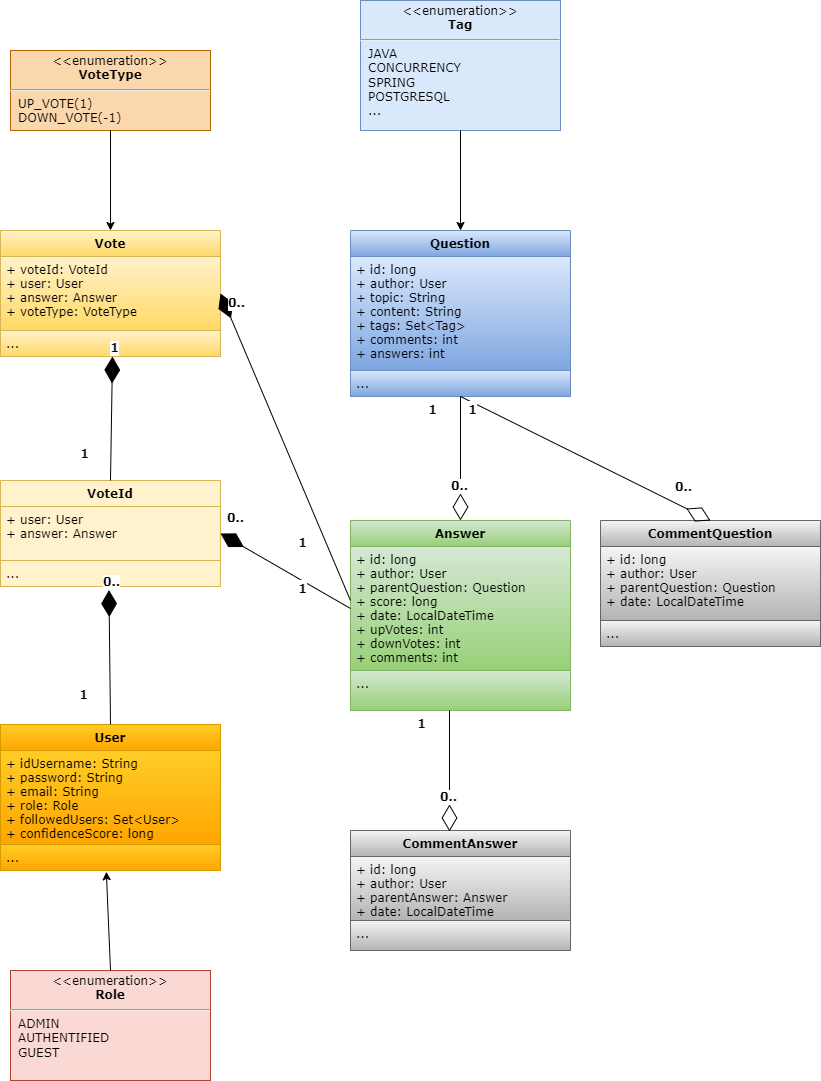
Mouad131105/projet-j2e keeps this draw.io diagram as doc/projet_jee.drawio.png. Above is the earlier version. Source tidied: cells renumbered, new cells last; positions are measured from the earlier drawing's top-left corner, leaving out a move shared by most shapes.
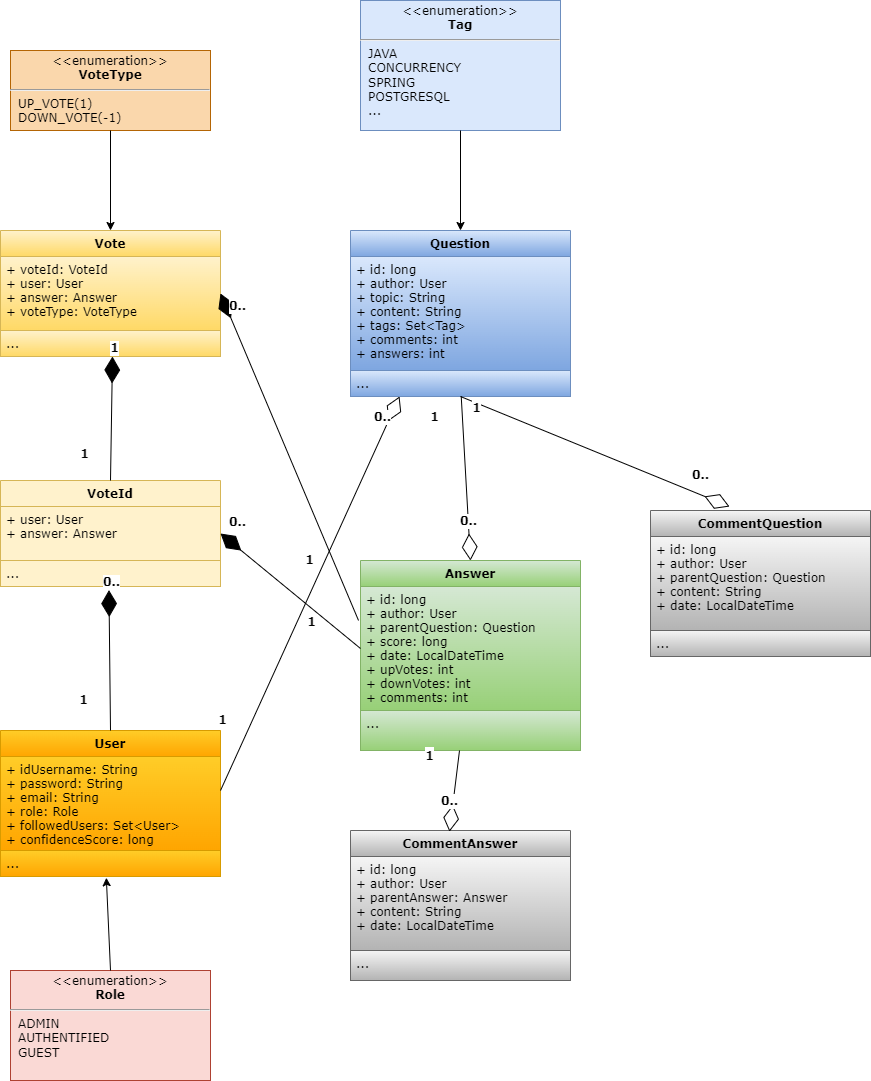
Later version of the same file.

Commit message:
docs(diagramme): modification du diagramme UML

Diff of the diagram source:
```diff
@@ -3,7 +3,7 @@
     <mxCell id="0" />
     <mxCell id="1" parent="0" />
     <mxCell id="2" value="User&#10;" style="swimlane;fontStyle=1;align=center;verticalAlign=top;horizontal=1;startSize=26;fontFamily=Verdana;fillColor=#ffcd28;gradientColor=#ffa500;strokeColor=#d79b00;" parent="1" vertex="1">
-      <mxGeometry y="724" width="220" height="146" as="geometry" />
+      <mxGeometry y="730" width="220" height="146" as="geometry" />
     </mxCell>
     <mxCell id="3" value="+ idUsername: String&#10;+ password: String&#10;+ email: String&#10;+ role: Role&#10;+ followedUsers: Set&lt;User&gt;&#10;+ confidenceScore: long" style="text;strokeColor=#d79b00;fillColor=#ffcd28;align=left;verticalAlign=top;spacingLeft=4;spacingRight=4;overflow=hidden;points=[[0,0.5],[1,0.5]];portConstraint=eastwest;fontFamily=Verdana;gradientColor=#ffa500;" parent="2" vertex="1">
       <mxGeometry y="26" width="220" height="94" as="geometry" />
@@ -30,7 +30,7 @@
       <mxGeometry y="100" width="220" height="26" as="geometry" />
     </mxCell>
     <mxCell id="11" value="Answer" style="swimlane;fontStyle=1;align=center;verticalAlign=top;horizontal=1;startSize=26;fontFamily=Verdana;fillColor=#d5e8d4;gradientColor=#97d077;strokeColor=#82b366;" parent="1" vertex="1">
-      <mxGeometry x="350" y="520" width="220" height="190" as="geometry" />
+      <mxGeometry x="360" y="560" width="220" height="190" as="geometry" />
     </mxCell>
     <mxCell id="12" value="+ id: long&#10;+ author: User&#10;+ parentQuestion: Question&#10;+ score: long&#10;+ date: LocalDateTime&#10;+ upVotes: int&#10;+ downVotes: int&#10;+ comments: int&#10;&#10;" style="text;strokeColor=#82b366;fillColor=#d5e8d4;align=left;verticalAlign=top;spacingLeft=4;spacingRight=4;overflow=hidden;points=[[0,0.5],[1,0.5]];portConstraint=eastwest;fontFamily=Verdana;gradientColor=#97d077;" parent="11" vertex="1">
       <mxGeometry y="26" width="220" height="124" as="geometry" />
@@ -86,13 +86,13 @@
       <mxGeometry relative="1" as="geometry" />
     </mxCell>
     <mxCell id="27" value="CommentQuestion" style="swimlane;fontStyle=1;align=center;verticalAlign=top;horizontal=1;startSize=26;fontFamily=Verdana;fillColor=#f5f5f5;strokeColor=#666666;gradientColor=#b3b3b3;" parent="1" vertex="1">
-      <mxGeometry x="600" y="520" width="220" height="126" as="geometry" />
+      <mxGeometry x="650" y="510" width="220" height="146" as="geometry" />
     </mxCell>
-    <mxCell id="28" value="+ id: long&#10;+ author: User&#10;+ parentQuestion: Question&#10;+ date: LocalDateTime" style="text;strokeColor=#666666;fillColor=#f5f5f5;align=left;verticalAlign=top;spacingLeft=4;spacingRight=4;overflow=hidden;fontFamily=Verdana;gradientColor=#b3b3b3;" parent="27" vertex="1">
-      <mxGeometry y="26" width="220" height="74" as="geometry" />
+    <mxCell id="28" value="+ id: long&#10;+ author: User&#10;+ parentQuestion: Question&#10;+ content: String&#10;+ date: LocalDateTime" style="text;strokeColor=#666666;fillColor=#f5f5f5;align=left;verticalAlign=top;spacingLeft=4;spacingRight=4;overflow=hidden;fontFamily=Verdana;gradientColor=#b3b3b3;" parent="27" vertex="1">
+      <mxGeometry y="26" width="220" height="94" as="geometry" />
     </mxCell>
     <mxCell id="29" value="..." style="text;strokeColor=#666666;fillColor=#f5f5f5;align=left;verticalAlign=top;spacingLeft=4;spacingRight=4;overflow=hidden;fontFamily=Verdana;gradientColor=#b3b3b3;" parent="27" vertex="1">
-      <mxGeometry y="100" width="220" height="26" as="geometry" />
+      <mxGeometry y="120" width="220" height="26" as="geometry" />
     </mxCell>
     <mxCell id="30" value="&lt;p style=&quot;margin:0px;margin-top:4px;text-align:center;&quot;&gt;&amp;lt;&amp;lt;enumeration&amp;gt;&amp;gt;&lt;br&gt;&lt;b&gt;Role&lt;/b&gt;&lt;/p&gt;&lt;hr&gt;&lt;p style=&quot;margin:0px;margin-left:8px;text-align:left;&quot;&gt;ADMIN&lt;/p&gt;&lt;p style=&quot;margin:0px;margin-left:8px;text-align:left;&quot;&gt;AUTHENTIFIED&lt;/p&gt;&lt;p style=&quot;margin:0px;margin-left:8px;text-align:left;&quot;&gt;GUEST&lt;/p&gt;&lt;p style=&quot;margin:0px;margin-left:8px;text-align:left;&quot;&gt;&lt;br&gt;&lt;/p&gt;" style="shape=rect;html=1;overflow=fill;whiteSpace=wrap;fillColor=#fad9d5;strokeColor=#ae4132;fontFamily=Verdana;" parent="1" vertex="1">
       <mxGeometry x="10" y="970" width="200" height="110" as="geometry" />
@@ -100,10 +100,8 @@
     <mxCell id="31" style="endArrow=classic;html=1;rounded=0;exitX=0.5;exitY=0;exitDx=0;exitDy=0;entryX=0.481;entryY=1.048;entryDx=0;entryDy=0;entryPerimeter=0;fontFamily=Verdana;" parent="1" edge="1" source="30" target="4">
       <mxGeometry relative="1" as="geometry" />
     </mxCell>
-    <mxCell id="32" style="endArrow=diamondThin;endFill=0;endSize=24;html=1;rounded=0;fontFamily=Verdana;fillColor=none;exitX=0.5;exitY=1;exitDx=0;exitDy=0;" parent="1" edge="1" source="5">
-      <mxGeometry relative="1" as="geometry">
-        <mxPoint x="710" y="520" as="targetPoint" />
-      </mxGeometry>
+    <mxCell id="32" style="endArrow=diamondThin;endFill=0;endSize=24;html=1;rounded=0;fontFamily=Verdana;fillColor=none;exitX=0.5;exitY=1;exitDx=0;exitDy=0;entryX=0.359;entryY=-0.027;entryDx=0;entryDy=0;entryPerimeter=0;" parent="1" edge="1" source="5" target="27">
+      <mxGeometry relative="1" as="geometry" />
     </mxCell>
     <mxCell id="33" value="&lt;font style=&quot;font-size: 12px;&quot;&gt;&lt;b style=&quot;&quot;&gt;0..&lt;/b&gt;&lt;/font&gt;" style="edgeLabel;html=1;align=center;verticalAlign=middle;fontFamily=Verdana;" parent="32" vertex="1">
       <mxGeometry x="0.79" y="-2" relative="1" as="geometry">
@@ -129,13 +127,13 @@
       </mxGeometry>
     </mxCell>
     <mxCell id="38" value="CommentAnswer" style="swimlane;fontStyle=1;align=center;verticalAlign=top;horizontal=1;startSize=26;fontFamily=Verdana;fillColor=#f5f5f5;gradientColor=#b3b3b3;strokeColor=#666666;" parent="1" vertex="1">
-      <mxGeometry x="350" y="830" width="220" height="120" as="geometry" />
+      <mxGeometry x="350" y="830" width="220" height="150" as="geometry" />
     </mxCell>
-    <mxCell id="39" value="+ id: long&#10;+ author: User&#10;+ parentAnswer: Answer&#10;+ date: LocalDateTime&#10;&#10;" style="text;strokeColor=#666666;fillColor=#f5f5f5;align=left;verticalAlign=top;spacingLeft=4;spacingRight=4;overflow=hidden;fontFamily=Verdana;gradientColor=#b3b3b3;" parent="38" vertex="1">
-      <mxGeometry y="26" width="220" height="64" as="geometry" />
+    <mxCell id="39" value="+ id: long&#10;+ author: User&#10;+ parentAnswer: Answer&#10;+ content: String&#10;+ date: LocalDateTime&#10;&#10;" style="text;strokeColor=#666666;fillColor=#f5f5f5;align=left;verticalAlign=top;spacingLeft=4;spacingRight=4;overflow=hidden;fontFamily=Verdana;gradientColor=#b3b3b3;" parent="38" vertex="1">
+      <mxGeometry y="26" width="220" height="94" as="geometry" />
     </mxCell>
     <mxCell id="40" value="..." style="text;strokeColor=#666666;fillColor=#f5f5f5;align=left;verticalAlign=top;spacingLeft=4;spacingRight=4;overflow=hidden;fontFamily=Verdana;gradientColor=#b3b3b3;" parent="38" vertex="1">
-      <mxGeometry y="90" width="220" height="30" as="geometry" />
+      <mxGeometry y="120" width="220" height="30" as="geometry" />
     </mxCell>
     <mxCell id="41" style="endArrow=diamondThin;endFill=0;endSize=24;html=1;rounded=0;entryX=0.45;entryY=0.008;entryDx=0;entryDy=0;fontFamily=Verdana;fillColor=none;exitX=0.45;exitY=1;exitDx=0;exitDy=0;exitPerimeter=0;entryPerimeter=0;" parent="1" edge="1" source="13" target="38">
       <mxGeometry relative="1" as="geometry" />
@@ -163,10 +161,8 @@
         <mxPoint x="-28" y="-8" as="offset" />
       </mxGeometry>
     </mxCell>
-    <mxCell id="47" style="endArrow=diamondThin;endFill=1;endSize=24;html=1;rounded=0;entryX=1;entryY=0.5;entryDx=0;entryDy=0;fontFamily=Verdana;fillColor=none;" parent="1" edge="1" target="8">
-      <mxGeometry relative="1" as="geometry">
-        <mxPoint x="350" y="600" as="sourcePoint" />
-      </mxGeometry>
+    <mxCell id="47" style="endArrow=diamondThin;endFill=1;endSize=24;html=1;rounded=0;entryX=1;entryY=0.5;entryDx=0;entryDy=0;fontFamily=Verdana;fillColor=none;exitX=-0.009;exitY=0.274;exitDx=0;exitDy=0;exitPerimeter=0;" parent="1" edge="1" source="12" target="8">
+      <mxGeometry relative="1" as="geometry" />
     </mxCell>
     <mxCell id="48" value="&lt;font style=&quot;font-size: 12px;&quot;&gt;&lt;b style=&quot;&quot;&gt;0..&lt;/b&gt;&lt;/font&gt;" style="edgeLabel;html=1;align=center;verticalAlign=middle;fontFamily=Verdana;" parent="47" vertex="1">
       <mxGeometry x="0.79" y="-2" relative="1" as="geometry">
@@ -178,5 +174,18 @@
         <mxPoint x="-28" y="-8" as="offset" />
       </mxGeometry>
     </mxCell>
+    <mxCell id="50" style="endArrow=diamondThin;endFill=0;endSize=24;html=1;rounded=0;fontFamily=Verdana;fillColor=none;exitX=1;exitY=0.362;exitDx=0;exitDy=0;exitPerimeter=0;entryX=0.223;entryY=1;entryDx=0;entryDy=0;entryPerimeter=0;" parent="1" edge="1" source="3" target="7">
+      <mxGeometry relative="1" as="geometry" />
+    </mxCell>
+    <mxCell id="51" value="&lt;font style=&quot;font-size: 12px;&quot;&gt;&lt;b style=&quot;&quot;&gt;0..&lt;/b&gt;&lt;/font&gt;" style="edgeLabel;html=1;align=center;verticalAlign=middle;fontFamily=Verdana;" parent="50" vertex="1">
+      <mxGeometry x="0.79" y="-2" relative="1" as="geometry">
+        <mxPoint y="-22" as="offset" />
+      </mxGeometry>
+    </mxCell>
+    <mxCell id="52" value="&lt;span style=&quot;font-size: 12px;&quot;&gt;&lt;b&gt;1&lt;/b&gt;&lt;/span&gt;" style="edgeLabel;html=1;align=center;verticalAlign=middle;fontSize=14;fontFamily=Verdana;" parent="50" vertex="1">
+      <mxGeometry x="-0.67" y="-1" relative="1" as="geometry">
+        <mxPoint x="-28" y="-8" as="offset" />
+      </mxGeometry>
+    </mxCell>
   </root>
 </mxGraphModel>
```
